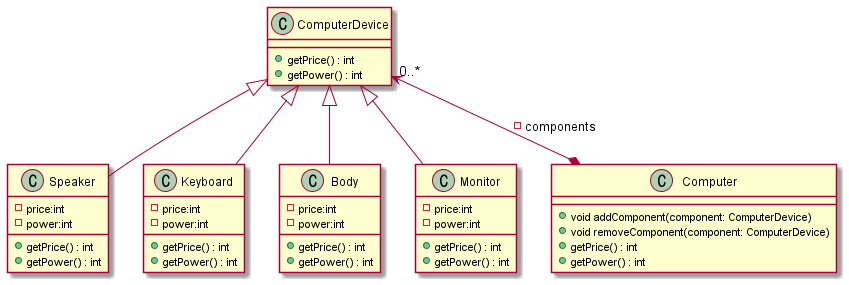
This is UML/out/classDiagram/CD.png from Jin-uu/coding_workspace_desktop, a PlantUML export, as it was before one commit.
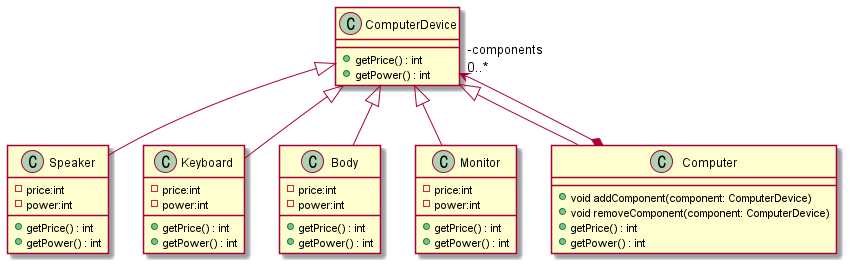
The same diagram one commit later.

Commit message:
mod diagram

Diff of the diagram source:
```diff
@@ -38,7 +38,8 @@
 ComputerDevice <|-- Keyboard
 ComputerDevice <|-- Body
 ComputerDevice <|-- Monitor
-ComputerDevice "0..*" <--* Computer : -components
+ComputerDevice <|-- Computer
+ComputerDevice "-components\l0..*" <--* Computer
 
 
 @enduml
```
